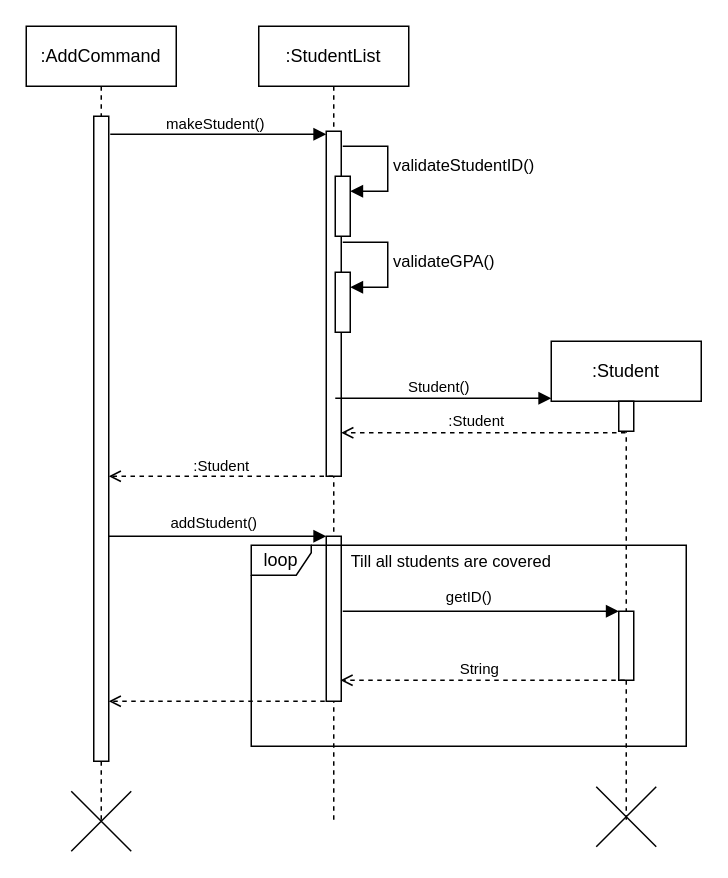
The draw.io diagram docs/Untitled Diagram.drawio in paulktham/tp, before the edit. Source tidied: cells renumbered, new cells numbered last; positions are measured from the earlier drawing's top-left corner, leaving out a move shared by most shapes. Both pictures are drawn from the tidied source at 150%, with x=0, y=0 at pixel (26, 26).
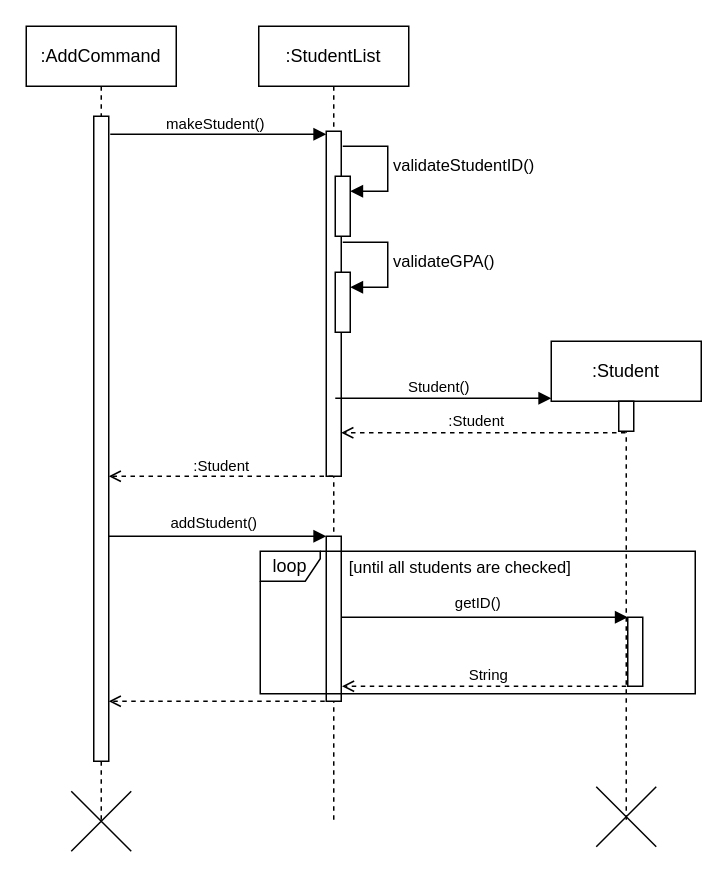
The same page after the edit.

The change refers to these unchanged cells:
```xml
<mxCell id="28" style="html=1;points=[[0,0,0,0,5],[0,1,0,0,-5],[1,0,0,0,5],[1,1,0,0,-5]];perimeter=orthogonalPerimeter;outlineConnect=0;targetShapes=umlLifeline;portConstraint=eastwest;newEdgeStyle={&quot;curved&quot;:0,&quot;rounded&quot;:0};" parent="26" vertex="1">
  <mxGeometry x="245" y="44" width="10" height="46" as="geometry" />
</mxCell>
```

What changed in the source:
```diff
@@
     <mxCell id="26" value="loop" style="shape=umlFrame;whiteSpace=wrap;html=1;width=40;height=20;" parent="1" vertex="1">
-      <mxGeometry x="150" y="346" width="290" height="134" as="geometry" />
+      <mxGeometry x="156" y="350" width="290" height="95" as="geometry" />
     </mxCell>
-    <mxCell id="27" value="&lt;font style=&quot;font-size: 11px;&quot;&gt;Till all students are covered&lt;/font&gt;" style="text;html=1;align=center;verticalAlign=middle;strokeColor=none;fillColor=none;" parent="26" vertex="1">
-      <mxGeometry x="53" y="-4" width="160" height="30" as="geometry" />
+    <mxCell id="27" value="&lt;font style=&quot;font-size: 11px;&quot;&gt;[until all students are checked]&lt;/font&gt;" style="text;html=1;align=center;verticalAlign=middle;strokeColor=none;fillColor=none;" parent="26" vertex="1">
+      <mxGeometry x="48" y="-4" width="170" height="30" as="geometry" />
     </mxCell>
@@
     <mxCell id="29" style="html=1;verticalAlign=bottom;labelBackgroundColor=none;endArrow=block;endFill=1;rounded=0;" parent="26" edge="1" target="28">
       <mxGeometry relative="1" as="geometry">
-        <mxPoint x="61" y="44" as="sourcePoint" />
+        <mxPoint x="54" y="44" as="sourcePoint" />
         <Array as="points">
           <mxPoint x="115" y="44" />
         </Array>
       </mxGeometry>
     </mxCell>
@@
     <mxCell id="31" style="html=1;verticalAlign=bottom;labelBackgroundColor=none;endArrow=open;endFill=0;dashed=1;rounded=0;" parent="26" edge="1">
       <mxGeometry relative="1" as="geometry">
-        <mxPoint x="249" y="90" as="sourcePoint" />
-        <mxPoint x="59.5" y="90" as="targetPoint" />
+        <mxPoint x="244" y="90" as="sourcePoint" />
+        <mxPoint x="54.5" y="90" as="targetPoint" />
         <Array as="points">
-          <mxPoint x="109.5" y="90" />
+          <mxPoint x="104.5" y="90" />
         </Array>
       </mxGeometry>
     </mxCell>
```
